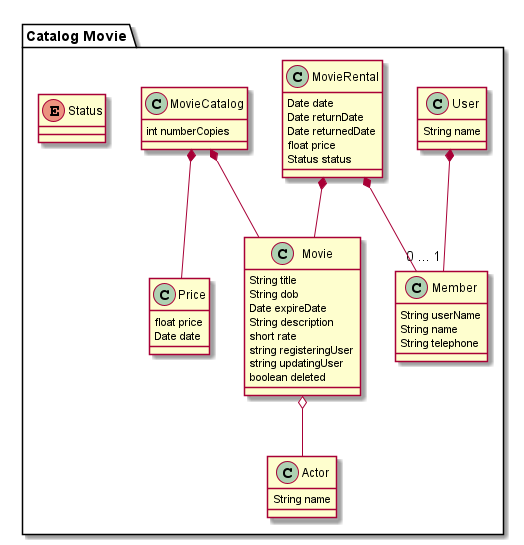
Earlier version of the PlantUML export diagrams/movie-model.png (ysrael182/movie-catalog-practice). Source of this version:
```plantuml
@startuml
package "Catalog Movie" #ddddd {
    Movie o-- Actor
    User *--"0 ... 1" Member
    MovieCatalog *-- Movie
    MovieCatalog *-- Price
    MovieRental *-- Member
    MovieRental *-- Movie
    enum Status {

    }
    class Movie {
        String title
        String dob
        Date expireDate
        String description
        short rate
        string registeringUser
        string updatingUser
        boolean deleted
    }
    class Actor {
        String name
    }
    class User {
        String name
    }
    class Price {
        float price
        Date date
    }
    class Member {
        String userName
        String name
        String telephone
    }
    class MovieCatalog {
        int numberCopies
    }
    class MovieRental {
        Date date
        Date returnDate
        Date returnedDate
        float price
        Status status
    }
}
@enduml
```
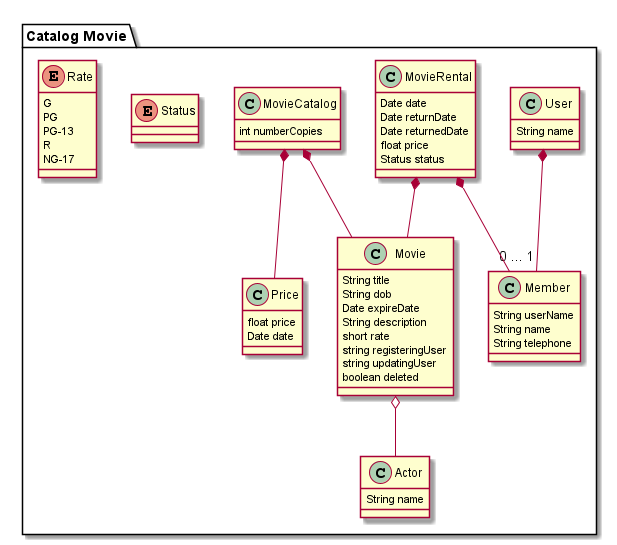
After the commit.

Change to the diagram source:
```diff
@@ -8,6 +8,13 @@
     MovieRental *-- Movie
     enum Status {
 
+    }
+    enum Rate {
+        G
+        PG
+        PG-13
+        R
+        NG-17
     }
     class Movie {
         String title
```
